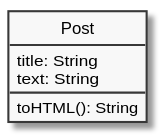
Above: ecma/object/assets/object-post-tohtml.svg in ifpb/javascript-guide (PlantUML), before the change. Its diagram source:
```plantuml
@startuml
skinparam classAttributeIconSize 0
skinparam monochrome true
hide circle

class Post {
    title: String
    text: String
    toHTML(): String
}
@enduml
```
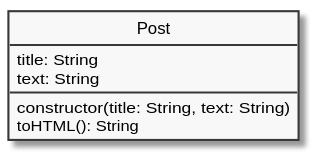
The same diagram one commit later.

Commit message:
updating object charts

Change to the diagram source:
```diff
@@ -6,6 +6,7 @@
 class Post {
     title: String
     text: String
+    constructor(title: String, text: String)
     toHTML(): String
 }
 @enduml
```
